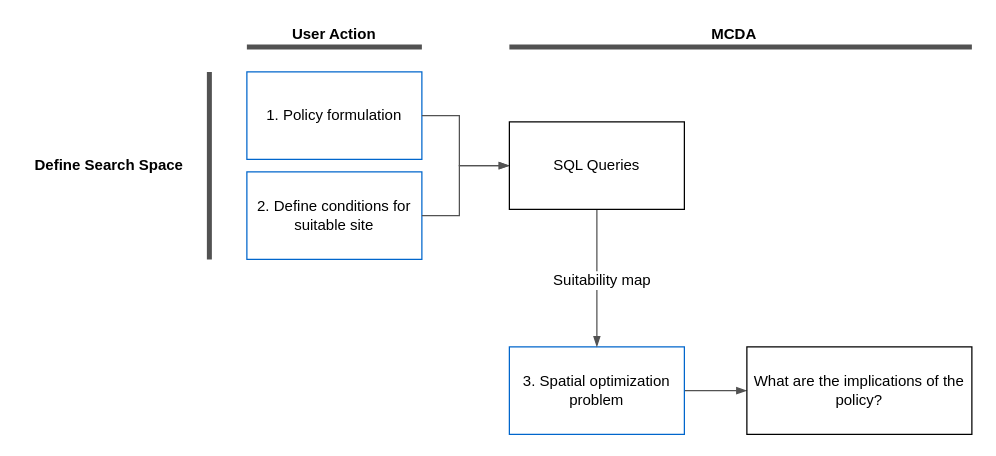
Earlier version of the draw.io diagram diagrams/pf.drawio (springonions-87/bioze_digital_mapping_tool). Source tidied: cells renumbered, new cells numbered last; positions are measured from the earlier drawing's top-left corner, leaving out a move shared by most shapes. Both pictures are drawn from the tidied source at 125%, with x=0, y=0 at pixel (21, 21).
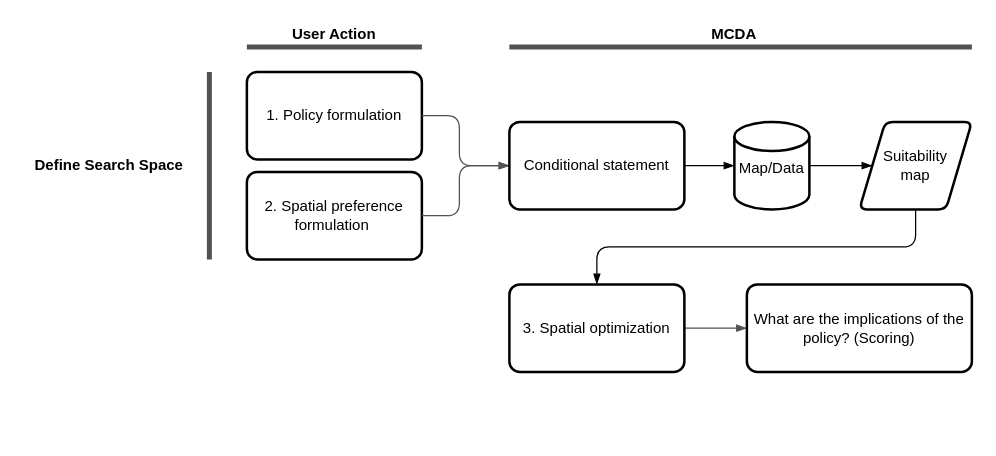
The same page after the edit.

Commit message (it also covers changes not shown here):
changes on code and diagrams

What changed in the source:
```diff
@@
-    <mxCell id="2" value="1. Policy formulation" style="text;html=1;align=center;verticalAlign=middle;whiteSpace=wrap;rounded=0;strokeColor=#0066CC;spacingLeft=2;spacingRight=2;" parent="1" vertex="1">
+    <mxCell id="2" value="1. Policy formulation" style="text;html=1;align=center;verticalAlign=middle;whiteSpace=wrap;rounded=1;strokeColor=default;spacingLeft=2;spacingRight=2;fillColor=default;strokeWidth=2;arcSize=12;" parent="1" vertex="1">
       <mxGeometry x="180" y="40" width="140" height="70" as="geometry" />
     </mxCell>
-    <mxCell id="3" value="2. Define conditions for suitable site" style="text;html=1;align=center;verticalAlign=middle;whiteSpace=wrap;rounded=0;strokeColor=#0066CC;spacingLeft=2;spacingRight=2;" parent="1" vertex="1">
+    <mxCell id="3" value="2. Spatial preference formulation&amp;nbsp;" style="text;html=1;align=center;verticalAlign=middle;whiteSpace=wrap;rounded=1;strokeColor=default;spacingLeft=2;spacingRight=2;fillColor=default;strokeWidth=2;arcSize=12;" parent="1" vertex="1">
       <mxGeometry x="180" y="120" width="140" height="70" as="geometry" />
     </mxCell>
@@
-    <mxCell id="5" style="edgeStyle=orthogonalEdgeStyle;html=1;strokeColor=#525252;strokeWidth=1;endArrow=blockThin;endFill=1;rounded=0;" parent="1" edge="1" source="2" target="11">
+    <mxCell id="5" style="edgeStyle=orthogonalEdgeStyle;html=1;strokeColor=#525252;strokeWidth=1;endArrow=blockThin;endFill=1;rounded=1;" parent="1" edge="1" source="2" target="11">
       <mxGeometry relative="1" as="geometry">
         <Array as="points">
           <mxPoint x="350" y="75" />
           <mxPoint x="350" y="115" />
         </Array>
       </mxGeometry>
     </mxCell>
-    <mxCell id="6" style="edgeStyle=orthogonalEdgeStyle;html=1;strokeColor=#525252;strokeWidth=1;endArrow=blockThin;endFill=1;rounded=0;" parent="1" edge="1" source="3" target="11">
+    <mxCell id="6" style="edgeStyle=orthogonalEdgeStyle;html=1;strokeColor=#525252;strokeWidth=1;endArrow=blockThin;endFill=1;rounded=1;" parent="1" edge="1" source="3" target="11">
       <mxGeometry relative="1" as="geometry">
         <Array as="points">
           <mxPoint x="350" y="155" />
           <mxPoint x="350" y="115" />
         </Array>
       </mxGeometry>
     </mxCell>
@@
-    <mxCell id="8" value="3. Spatial optimization problem" style="text;html=1;align=center;verticalAlign=middle;whiteSpace=wrap;rounded=0;strokeColor=#0066CC;spacingLeft=2;spacingRight=2;" parent="1" vertex="1">
-      <mxGeometry x="390" y="260" width="140" height="70" as="geometry" />
+    <mxCell id="8" value="3. Spatial optimization" style="text;html=1;align=center;verticalAlign=middle;whiteSpace=wrap;rounded=1;strokeColor=default;spacingLeft=2;spacingRight=2;fillColor=default;strokeWidth=2;arcSize=12;" parent="1" vertex="1">
+      <mxGeometry x="390" y="210" width="140" height="70" as="geometry" />
     </mxCell>
-    <mxCell id="9" style="edgeStyle=none;html=1;strokeColor=#525252;strokeWidth=1;endArrow=blockThin;endFill=1;" parent="1" edge="1" source="11" target="8">
-      <mxGeometry relative="1" as="geometry" />
-    </mxCell>
-    <mxCell id="10" value="Suitability map" style="edgeLabel;html=1;align=center;verticalAlign=middle;points=[];fontSize=12;" parent="9" vertex="1">
-      <mxGeometry x="0.02" y="3" relative="1" as="geometry" />
-    </mxCell>
+    <mxCell id="18" style="edgeStyle=none;rounded=1;html=1;endArrow=blockThin;endFill=1;" parent="1" edge="1" source="11" target="21">
+      <mxGeometry relative="1" as="geometry" />
+    </mxCell>
-    <mxCell id="11" value="SQL Queries" style="text;html=1;align=center;verticalAlign=middle;whiteSpace=wrap;rounded=0;strokeColor=default;spacingLeft=2;spacingRight=2;" parent="1" vertex="1">
+    <mxCell id="11" value="Conditional statement" style="text;html=1;align=center;verticalAlign=middle;whiteSpace=wrap;rounded=1;strokeColor=default;spacingLeft=2;spacingRight=2;fillColor=default;strokeWidth=2;arcSize=12;" parent="1" vertex="1">
       <mxGeometry x="390" y="80" width="140" height="70" as="geometry" />
     </mxCell>
-    <mxCell id="12" value="What are the implications of the policy?" style="text;html=1;align=center;verticalAlign=middle;whiteSpace=wrap;rounded=0;strokeColor=default;spacingLeft=2;spacingRight=2;" parent="1" vertex="1">
-      <mxGeometry x="580" y="260" width="180" height="70" as="geometry" />
+    <mxCell id="12" value="What are the implications of the policy? (Scoring)" style="text;html=1;align=center;verticalAlign=middle;whiteSpace=wrap;rounded=1;strokeColor=default;spacingLeft=2;spacingRight=2;fillColor=default;strokeWidth=2;arcSize=12;" parent="1" vertex="1">
+      <mxGeometry x="580" y="210" width="180" height="70" as="geometry" />
     </mxCell>
@@
+    <mxCell id="19" style="edgeStyle=none;rounded=1;html=1;endArrow=blockThin;endFill=1;" parent="1" edge="1" source="10" target="8">
+      <mxGeometry relative="1" as="geometry">
+        <Array as="points">
+          <mxPoint x="715" y="180" />
+          <mxPoint x="460" y="180" />
+        </Array>
+      </mxGeometry>
+    </mxCell>
+    <mxCell id="10" value="&lt;span style=&quot;color: rgb(0, 0, 0); font-family: Helvetica; font-size: 12px; font-style: normal; font-variant-ligatures: normal; font-variant-caps: normal; font-weight: 400; letter-spacing: normal; orphans: 2; text-align: center; text-indent: 0px; text-transform: none; widows: 2; word-spacing: 0px; -webkit-text-stroke-width: 0px; background-color: rgb(255, 255, 255); text-decoration-thickness: initial; text-decoration-style: initial; text-decoration-color: initial; float: none; display: inline !important;&quot;&gt;Suitability &lt;br&gt;map&lt;/span&gt;" style="shape=parallelogram;html=1;strokeWidth=2;perimeter=parallelogramPerimeter;whiteSpace=wrap;rounded=1;arcSize=12;size=0.23;" parent="1" vertex="1">
+      <mxGeometry x="670" y="80" width="90" height="70" as="geometry" />
+    </mxCell>
+    <mxCell id="20" style="edgeStyle=none;rounded=1;html=1;endArrow=blockThin;endFill=1;" parent="1" edge="1" source="21" target="10">
+      <mxGeometry relative="1" as="geometry" />
+    </mxCell>
+    <mxCell id="21" value="Map/Data" style="strokeWidth=2;html=1;shape=mxgraph.flowchart.database;whiteSpace=wrap;spacingTop=4;" parent="1" vertex="1">
+      <mxGeometry x="570" y="80" width="60" height="70" as="geometry" />
+    </mxCell>
```
